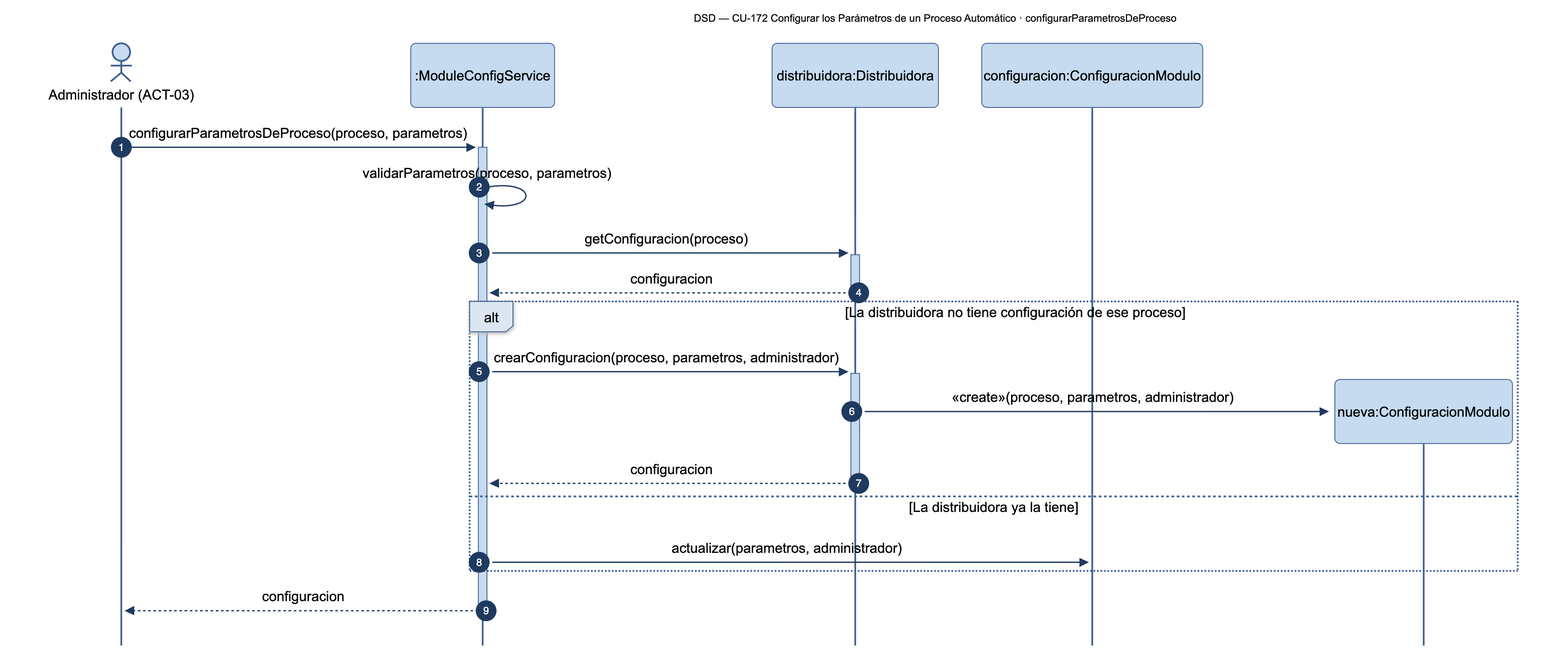
Nahuelito-Dev/splg-docs keeps this Mermaid diagram as diagramas/png/DSD_CU-172_configurarParametrosDeProceso.png. Above is the earlier version. Its source is kept beside it as diagramas/DSD_CU-172_configurarParametrosDeProceso.mmd.
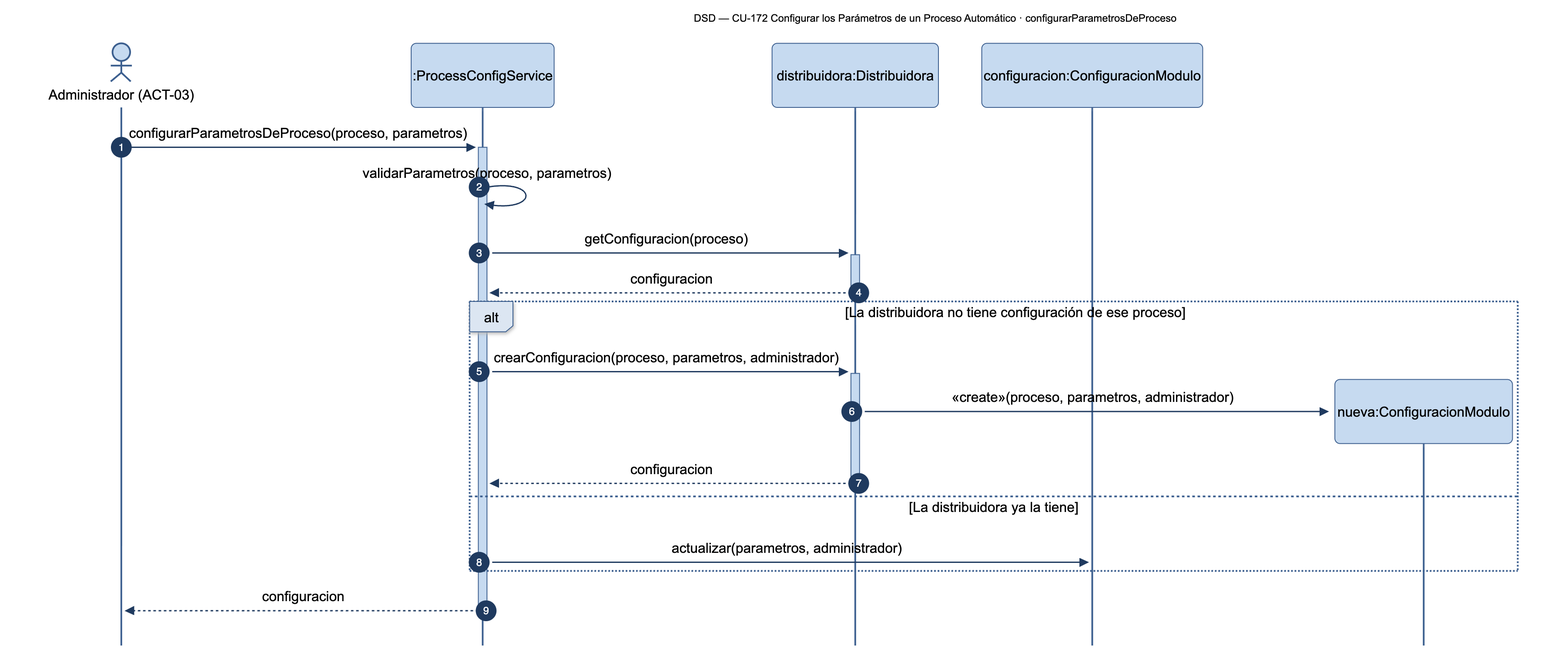
After the commit.

Diff of the diagram source:
```diff
@@ -2,7 +2,7 @@
     title DSD — CU-172 Configurar los Parámetros de un Proceso Automático · configurarParametrosDeProceso
     autonumber
     actor ADM as Administrador (ACT-03)
-    participant SRV as :ModuleConfigService
+    participant SRV as :ProcessConfigService
     participant DIS as distribuidora:Distribuidora
     participant CFG as configuracion:ConfiguracionModulo
 
```
